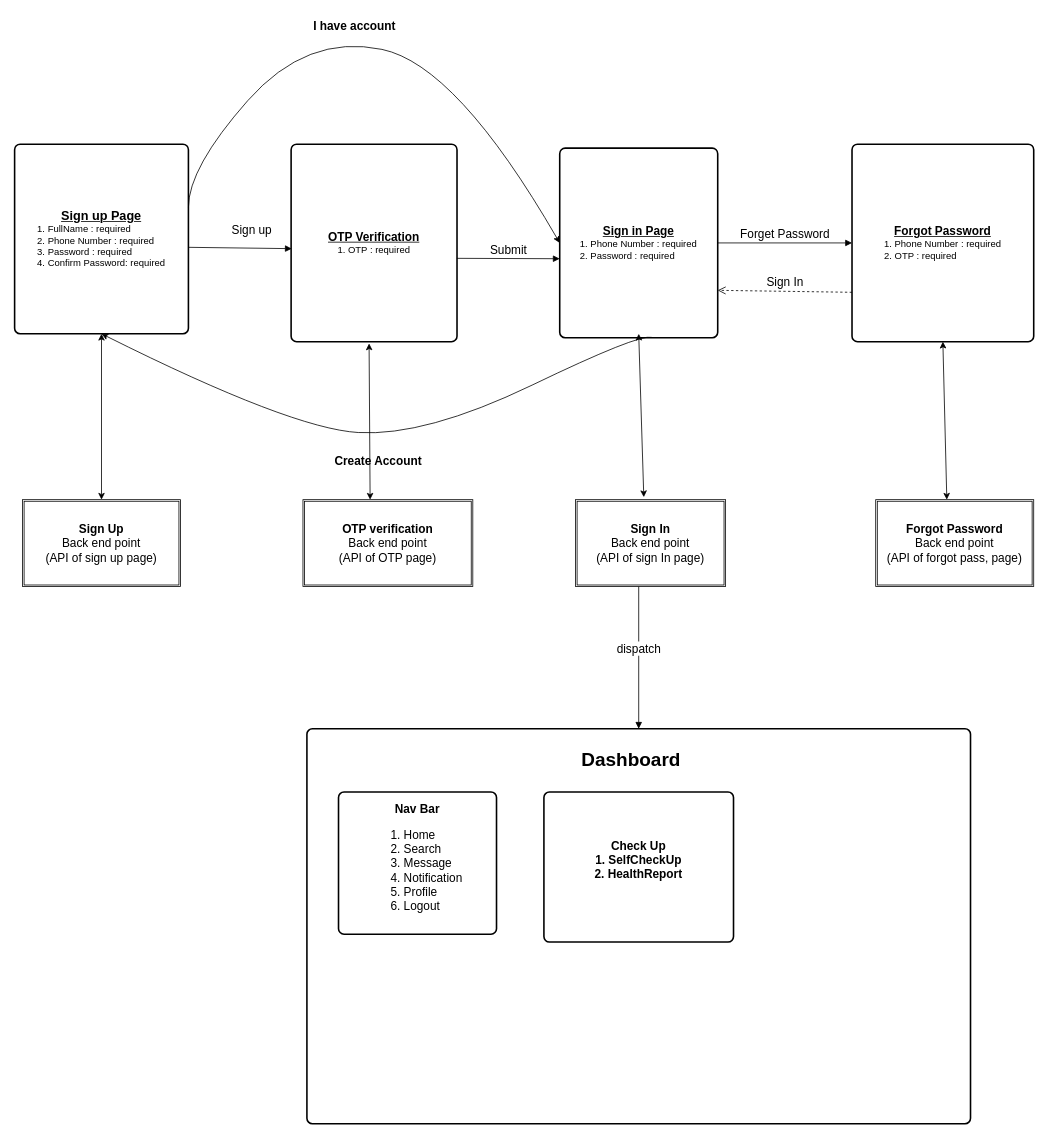
Above: Diagrams/Untitled Diagram.drawio in anujsrivastava1234/DiagramsOfTDM (draw.io), before the change. Source tidied: cells renumbered, new cells numbered last; positions are measured from the earlier drawing's top-left corner, leaving out a move shared by most shapes. Both pictures are drawn from the tidied source at 79%, with x=0, y=0 at pixel (14, 13).
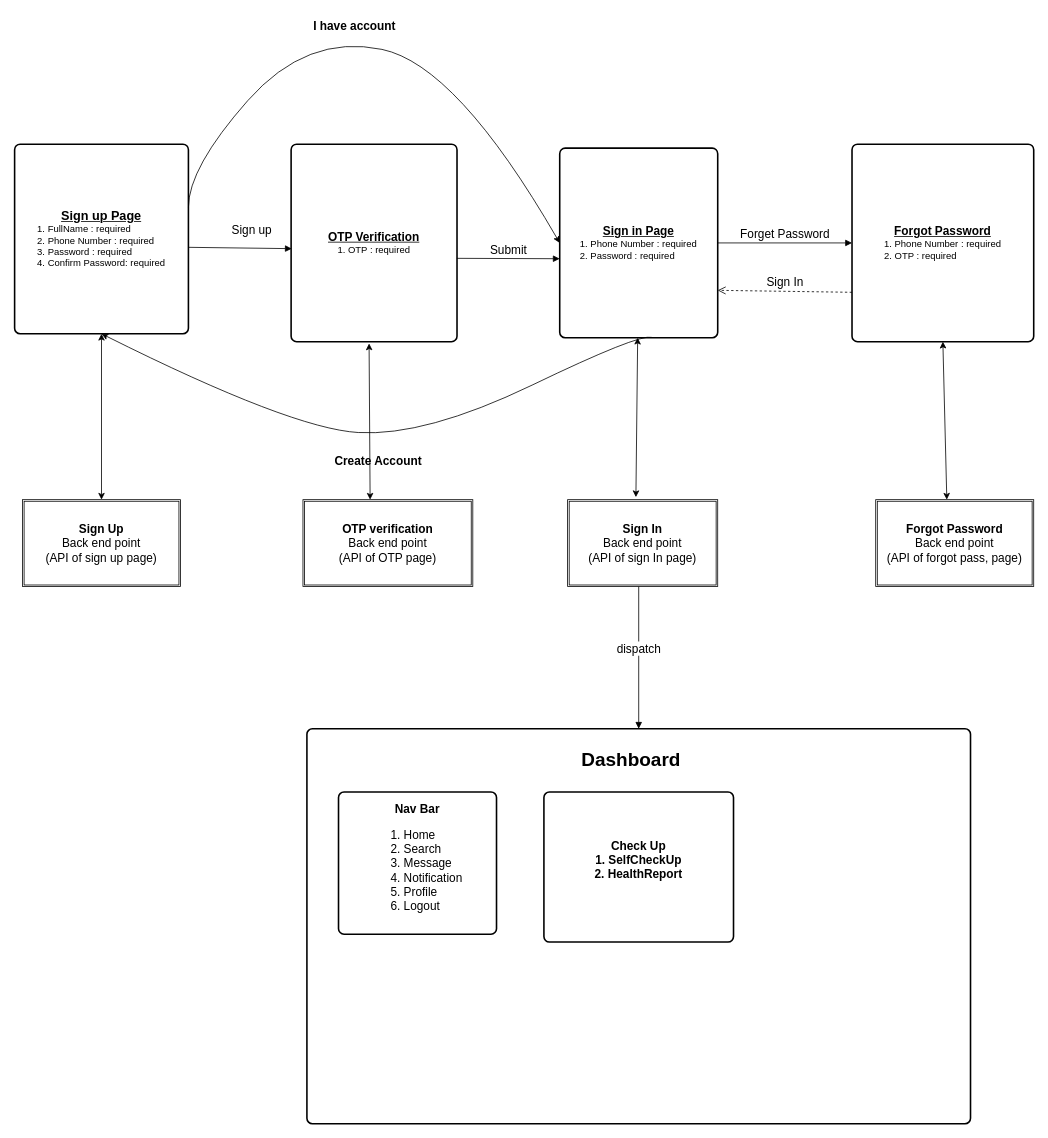
The same diagram, later.

Unchanged cells that the change refers to:
```xml
<mxCell id="3" value="&lt;b&gt;&lt;u&gt;&lt;font style=&quot;font-size: 15px;&quot;&gt;Sign in Page&lt;/font&gt;&lt;/u&gt;&lt;/b&gt;&lt;br&gt;&lt;div style=&quot;text-align: left;&quot;&gt;&lt;span style=&quot;background-color: initial;&quot;&gt;1. Phone Number : required&lt;/span&gt;&lt;/div&gt;&lt;div style=&quot;text-align: left;&quot;&gt;&lt;span style=&quot;background-color: initial;&quot;&gt;2. Password : required&lt;/span&gt;&lt;/div&gt;" style="rounded=1;whiteSpace=wrap;html=1;absoluteArcSize=1;arcSize=14;strokeWidth=2;" parent="1" vertex="1">
  <mxGeometry x="690" y="170" width="200" height="240" as="geometry" />
</mxCell>
```

Diff of the diagram source:
```diff
@@
     <mxCell id="16" value="&lt;b&gt;Sign In&lt;/b&gt;&lt;br&gt;Back end point&lt;br&gt;(API of sign In page)" style="shape=ext;double=1;rounded=0;whiteSpace=wrap;html=1;fontSize=15;" parent="1" vertex="1">
-      <mxGeometry x="710" y="615" width="190" height="110" as="geometry" />
+      <mxGeometry x="700" y="615" width="190" height="110" as="geometry" />
     </mxCell>
@@
-    <mxCell id="20" style="endArrow=classic;startArrow=classic;html=1;rounded=0;fontSize=15;exitX=0.455;exitY=-0.029;exitDx=0;exitDy=0;exitPerimeter=0;" parent="1" edge="1" source="16">
-      <mxGeometry relative="1" as="geometry">
-        <mxPoint x="790" y="405" as="targetPoint" />
-      </mxGeometry>
+    <mxCell id="20" style="endArrow=classic;startArrow=classic;html=1;rounded=0;fontSize=15;exitX=0.455;exitY=-0.029;exitDx=0;exitDy=0;exitPerimeter=0;" parent="1" edge="1" source="16" target="3">
+      <mxGeometry relative="1" as="geometry" />
     </mxCell>
```
